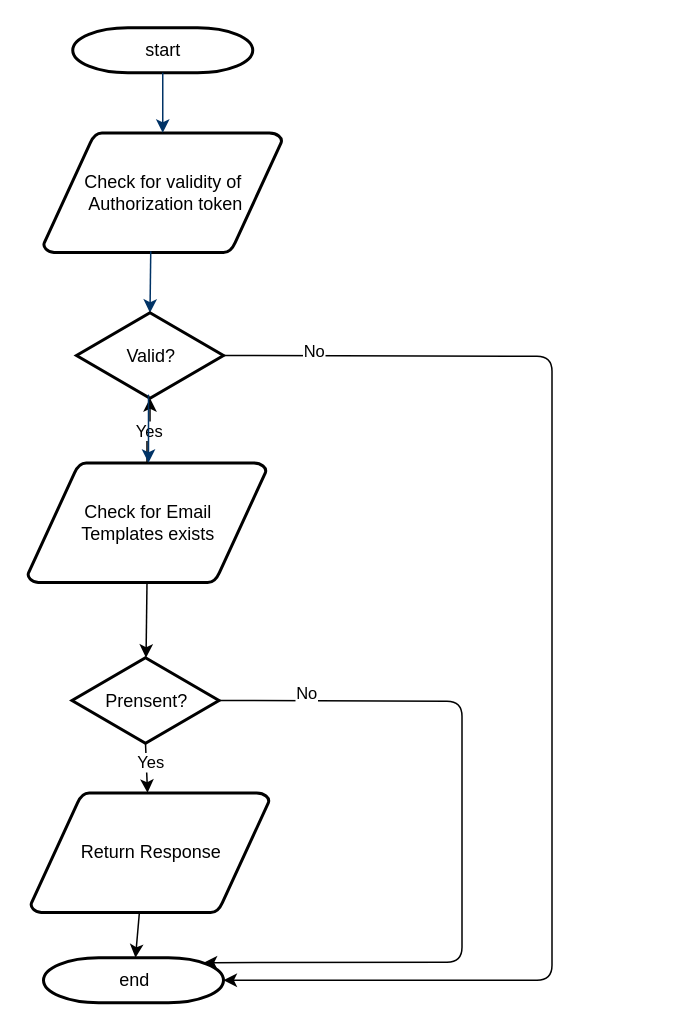
ishrikanth/Eommerce-fast keeps this draw.io diagram as page "Email Templates" (4 of 9) of Untitled Diagram.drawio. Above is the earlier version. Source tidied: cells renumbered, new cells numbered last; positions are measured from the earlier drawing's top-left corner, leaving out a move shared by most shapes. Both pictures are drawn from the tidied source at 150%, with x=0, y=0 at pixel (27, 27).
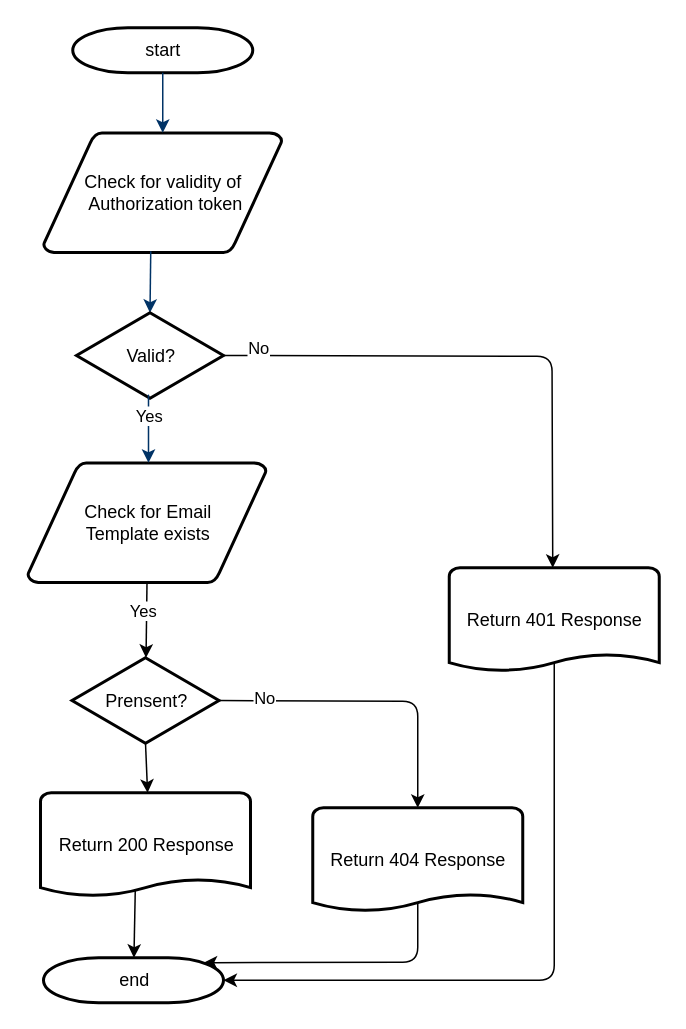
The same page after the edit.

The change refers to these unchanged cells:
```xml
<mxCell id="6" value="Valid?" style="shape=mxgraph.flowchart.decision;strokeWidth=2;gradientColor=none;gradientDirection=north;fontStyle=0;html=1;" parent="1" vertex="1">
  <mxGeometry x="32.5" y="190" width="98" height="57" as="geometry" />
</mxCell>
<mxCell id="10" value="Prensent?" style="shape=mxgraph.flowchart.decision;strokeWidth=2;gradientColor=none;gradientDirection=north;fontStyle=0;html=1;" parent="1" vertex="1">
  <mxGeometry x="29.5" y="420" width="98" height="57" as="geometry" />
</mxCell>
<mxCell id="12" value="end" style="shape=mxgraph.flowchart.terminator;strokeWidth=2;gradientColor=none;gradientDirection=north;fontStyle=0;html=1;" parent="1" vertex="1">
  <mxGeometry x="10.5" y="620" width="120" height="30" as="geometry" />
</mxCell>
```

Diff of the diagram source:
```diff
@@
-    <mxCell id="5" style="fontStyle=1;strokeColor=#003366;strokeWidth=1;html=1;entryX=0.5;entryY=0;entryDx=0;entryDy=0;entryPerimeter=0;" parent="1" edge="1" target="6">
-      <mxGeometry relative="1" as="geometry">
-        <mxPoint x="82" y="149" as="sourcePoint" />
-      </mxGeometry>
-    </mxCell>
+    <mxCell id="21" style="fontStyle=1;strokeColor=#003366;strokeWidth=1;html=1;entryX=0.5;entryY=0;entryDx=0;entryDy=0;entryPerimeter=0;" parent="1" edge="1" target="6">
+      <mxGeometry relative="1" as="geometry">
+        <mxPoint x="82" y="149" as="sourcePoint" />
+      </mxGeometry>
+    </mxCell>
@@
-    <mxCell id="7" value="Yes" style="edgeStyle=orthogonalEdgeStyle;rounded=0;jettySize=auto;html=1;" parent="1" edge="1" source="8" target="6">
-      <mxGeometry relative="1" as="geometry" />
-    </mxCell>
-    <mxCell id="8" value="Check for Email &lt;br&gt;Templates&amp;nbsp;exists" style="shape=mxgraph.flowchart.data;strokeWidth=2;gradientColor=none;gradientDirection=north;fontStyle=0;html=1;" parent="1" vertex="1">
-      <mxGeometry y="290" width="159" height="80" as="geometry" />
-    </mxCell>
-    <mxCell id="9" style="fontStyle=1;strokeColor=#003366;strokeWidth=1;html=1;" parent="1" edge="1">
-      <mxGeometry relative="1" as="geometry">
-        <mxPoint x="80.5" y="260" as="sourcePoint" />
-        <mxPoint x="80.5" y="290" as="targetPoint" />
-        <Array as="points">
-          <mxPoint x="80.5" y="240" />
-          <mxPoint x="80.5" y="260" />
-        </Array>
-      </mxGeometry>
-    </mxCell>
+    <mxCell id="22" value="Check for Email &lt;br&gt;Template exists" style="shape=mxgraph.flowchart.data;strokeWidth=2;gradientColor=none;gradientDirection=north;fontStyle=0;html=1;" parent="1" vertex="1">
+      <mxGeometry y="290" width="159" height="80" as="geometry" />
+    </mxCell>
+    <mxCell id="23" style="fontStyle=1;strokeColor=#003366;strokeWidth=1;html=1;" parent="1" edge="1">
+      <mxGeometry relative="1" as="geometry">
+        <mxPoint x="80.5" y="260" as="sourcePoint" />
+        <mxPoint x="80.5" y="290" as="targetPoint" />
+        <Array as="points">
+          <mxPoint x="80.5" y="240" />
+          <mxPoint x="80.5" y="260" />
+        </Array>
+      </mxGeometry>
+    </mxCell>
+    <mxCell id="24" value="Yes" style="edgeLabel;html=1;align=center;verticalAlign=middle;" parent="23" vertex="1">
+      <mxGeometry x="-0.94" y="1" relative="1" as="geometry">
+        <mxPoint x="1" as="offset" />
+      </mxGeometry>
+    </mxCell>
@@
-    <mxCell id="11" value="Return Response" style="shape=mxgraph.flowchart.data;strokeWidth=2;gradientColor=none;gradientDirection=north;fontStyle=0;html=1;" parent="1" vertex="1">
-      <mxGeometry x="2" y="510" width="159" height="80" as="geometry" />
-    </mxCell>
@@
-    <mxCell id="13" style="endArrow=classic;html=1;exitX=0.456;exitY=0.988;exitDx=0;exitDy=0;exitPerimeter=0;" parent="1" edge="1" source="11" target="12">
-      <mxGeometry relative="1" as="geometry" />
-    </mxCell>
-    <mxCell id="14" style="endArrow=classic;html=1;exitX=0.5;exitY=1;exitDx=0;exitDy=0;exitPerimeter=0;" parent="1" edge="1" source="10" target="11">
-      <mxGeometry relative="1" as="geometry" />
-    </mxCell>
-    <mxCell id="15" value="Yes" style="edgeLabel;html=1;align=center;verticalAlign=middle;" parent="14" vertex="1">
-      <mxGeometry x="-0.21" y="2" relative="1" as="geometry" />
-    </mxCell>
-    <mxCell id="16" style="endArrow=classic;html=1;exitX=0.5;exitY=1;exitDx=0;exitDy=0;exitPerimeter=0;" parent="1" edge="1" source="8" target="10">
-      <mxGeometry relative="1" as="geometry" />
-    </mxCell>
-    <mxCell id="17" style="endArrow=classic;html=1;exitX=1;exitY=0.5;exitDx=0;exitDy=0;exitPerimeter=0;entryX=1;entryY=0.5;entryDx=0;entryDy=0;entryPerimeter=0;" parent="1" edge="1" source="6" target="12">
-      <mxGeometry relative="1" as="geometry">
-        <Array as="points">
-          <mxPoint x="349.5" y="219" />
-          <mxPoint x="349.5" y="635" />
-        </Array>
-      </mxGeometry>
-    </mxCell>
-    <mxCell id="18" value="No" style="edgeLabel;html=1;align=center;verticalAlign=middle;" parent="17" vertex="1">
-      <mxGeometry x="-0.86" y="3" relative="1" as="geometry" />
-    </mxCell>
-    <mxCell id="19" style="endArrow=classic;html=1;exitX=1;exitY=0.5;exitDx=0;exitDy=0;exitPerimeter=0;entryX=0.89;entryY=0.11;entryDx=0;entryDy=0;entryPerimeter=0;" parent="1" edge="1" source="10" target="12">
-      <mxGeometry relative="1" as="geometry">
-        <Array as="points">
-          <mxPoint x="289.5" y="449" />
-          <mxPoint x="289.5" y="623" />
-        </Array>
-      </mxGeometry>
-    </mxCell>
-    <mxCell id="20" value="No" style="edgeLabel;html=1;align=center;verticalAlign=middle;" parent="19" vertex="1">
-      <mxGeometry x="-0.77" y="5" relative="1" as="geometry" />
-    </mxCell>
+    <mxCell id="25" style="endArrow=classic;html=1;exitX=0.452;exitY=0.857;exitDx=0;exitDy=0;exitPerimeter=0;" parent="1" edge="1" source="33" target="12">
+      <mxGeometry relative="1" as="geometry" />
+    </mxCell>
+    <mxCell id="26" style="endArrow=classic;html=1;exitX=0.5;exitY=1;exitDx=0;exitDy=0;exitPerimeter=0;" parent="1" edge="1" source="10">
+      <mxGeometry relative="1" as="geometry">
+        <mxPoint x="79.9" y="510" as="targetPoint" />
+      </mxGeometry>
+    </mxCell>
+    <mxCell id="27" style="endArrow=classic;html=1;exitX=0.5;exitY=1;exitDx=0;exitDy=0;exitPerimeter=0;" parent="1" edge="1" source="22" target="10">
+      <mxGeometry relative="1" as="geometry" />
+    </mxCell>
+    <mxCell id="28" value="Yes" style="edgeLabel;html=1;align=center;verticalAlign=middle;" parent="27" vertex="1">
+      <mxGeometry x="-0.24" y="-3" relative="1" as="geometry" />
+    </mxCell>
+    <mxCell id="29" style="endArrow=classic;html=1;exitX=1;exitY=0.5;exitDx=0;exitDy=0;exitPerimeter=0;" parent="1" edge="1" source="6" target="35">
+      <mxGeometry relative="1" as="geometry">
+        <Array as="points">
+          <mxPoint x="349.5" y="219" />
+          <mxPoint x="350" y="360" />
+        </Array>
+      </mxGeometry>
+    </mxCell>
+    <mxCell id="30" value="No" style="edgeLabel;html=1;align=center;verticalAlign=middle;" parent="29" vertex="1">
+      <mxGeometry x="-0.87" y="5" relative="1" as="geometry" />
+    </mxCell>
+    <mxCell id="31" style="endArrow=classic;html=1;exitX=1;exitY=0.5;exitDx=0;exitDy=0;exitPerimeter=0;entryX=0.5;entryY=0;entryDx=0;entryDy=0;entryPerimeter=0;" parent="1" edge="1" source="10" target="34">
+      <mxGeometry relative="1" as="geometry">
+        <Array as="points">
+          <mxPoint x="260" y="449" />
+        </Array>
+      </mxGeometry>
+    </mxCell>
+    <mxCell id="32" value="No" style="edgeLabel;html=1;align=center;verticalAlign=middle;" parent="31" vertex="1">
+      <mxGeometry x="-0.71" y="2" relative="1" as="geometry" />
+    </mxCell>
+    <mxCell id="33" value="Return 200 Response" style="shape=mxgraph.flowchart.document;strokeWidth=2;gradientColor=none;gradientDirection=north;fontStyle=0;html=1;" parent="1" vertex="1">
+      <mxGeometry x="8.5" y="510" width="140" height="70" as="geometry" />
+    </mxCell>
+    <mxCell id="34" value="Return 404 Response" style="shape=mxgraph.flowchart.document;strokeWidth=2;gradientColor=none;gradientDirection=north;fontStyle=0;html=1;" parent="1" vertex="1">
+      <mxGeometry x="190" y="520" width="140" height="70" as="geometry" />
+    </mxCell>
+    <mxCell id="35" value="Return 401 Response" style="shape=mxgraph.flowchart.document;strokeWidth=2;gradientColor=none;gradientDirection=north;fontStyle=0;html=1;" parent="1" vertex="1">
+      <mxGeometry x="281" y="360" width="140" height="70" as="geometry" />
+    </mxCell>
+    <mxCell id="36" style="endArrow=classic;html=1;exitX=0.5;exitY=0.9;exitDx=0;exitDy=0;exitPerimeter=0;entryX=1;entryY=0.5;entryDx=0;entryDy=0;entryPerimeter=0;" parent="1" edge="1" source="35" target="12">
+      <mxGeometry relative="1" as="geometry">
+        <Array as="points">
+          <mxPoint x="351" y="635" />
+        </Array>
+      </mxGeometry>
+    </mxCell>
+    <mxCell id="37" style="endArrow=classic;html=1;exitX=0.5;exitY=0.9;exitDx=0;exitDy=0;exitPerimeter=0;entryX=0.89;entryY=0.11;entryDx=0;entryDy=0;entryPerimeter=0;" parent="1" edge="1" source="34" target="12">
+      <mxGeometry relative="1" as="geometry">
+        <Array as="points">
+          <mxPoint x="260" y="623" />
+        </Array>
+      </mxGeometry>
+    </mxCell>
```
